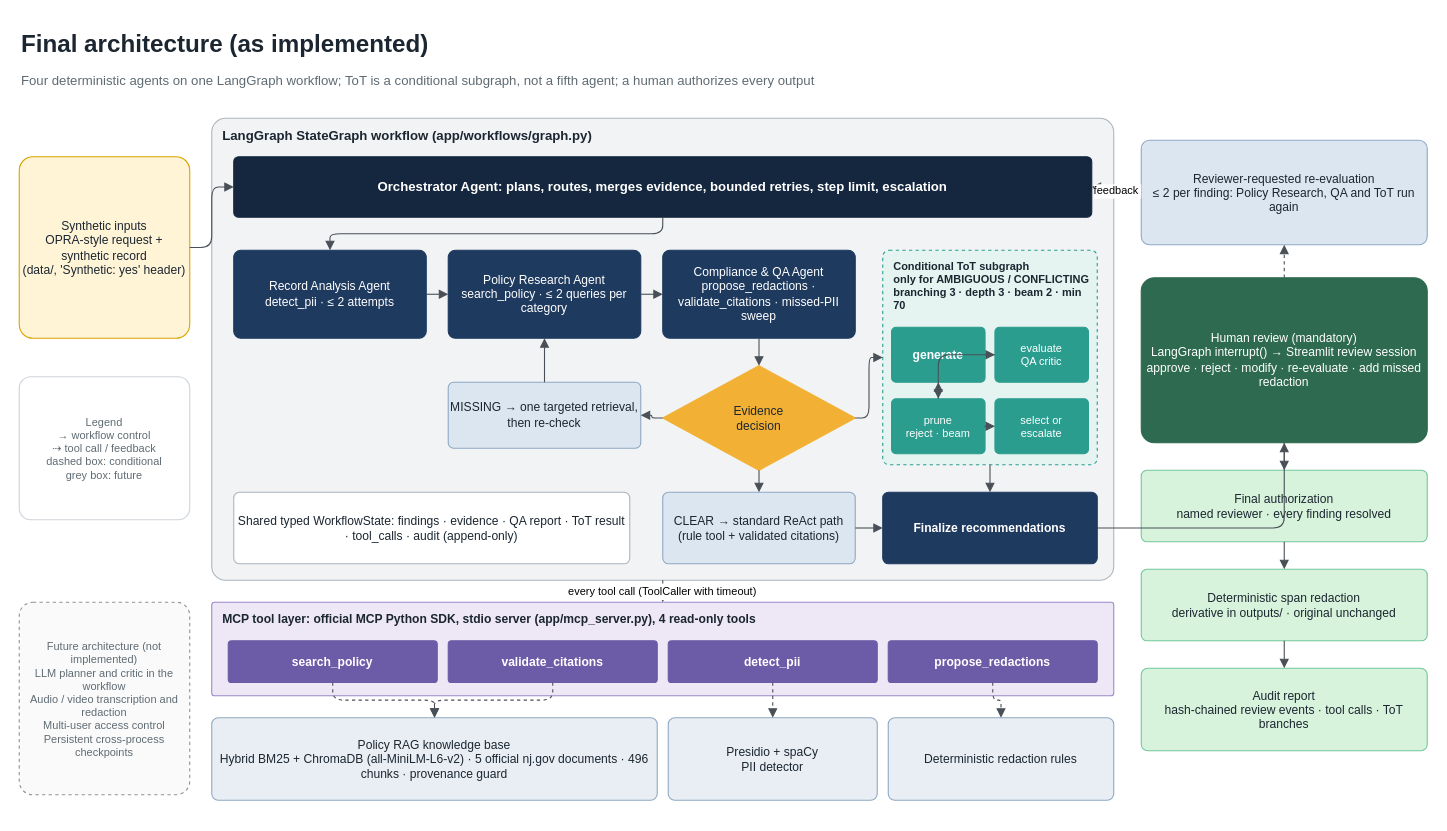
Before: docs/final_capstone/architecture/final_architecture.drawio in yetish-tekavi/public-records-agent, a draw.io diagram. Source tidied: cells renumbered, new cells numbered last; positions are measured from the earlier drawing's top-left corner, leaving out a move shared by most shapes. Both pictures are drawn from the tidied source at 110%, with x=0, y=0 at pixel (19, 19).
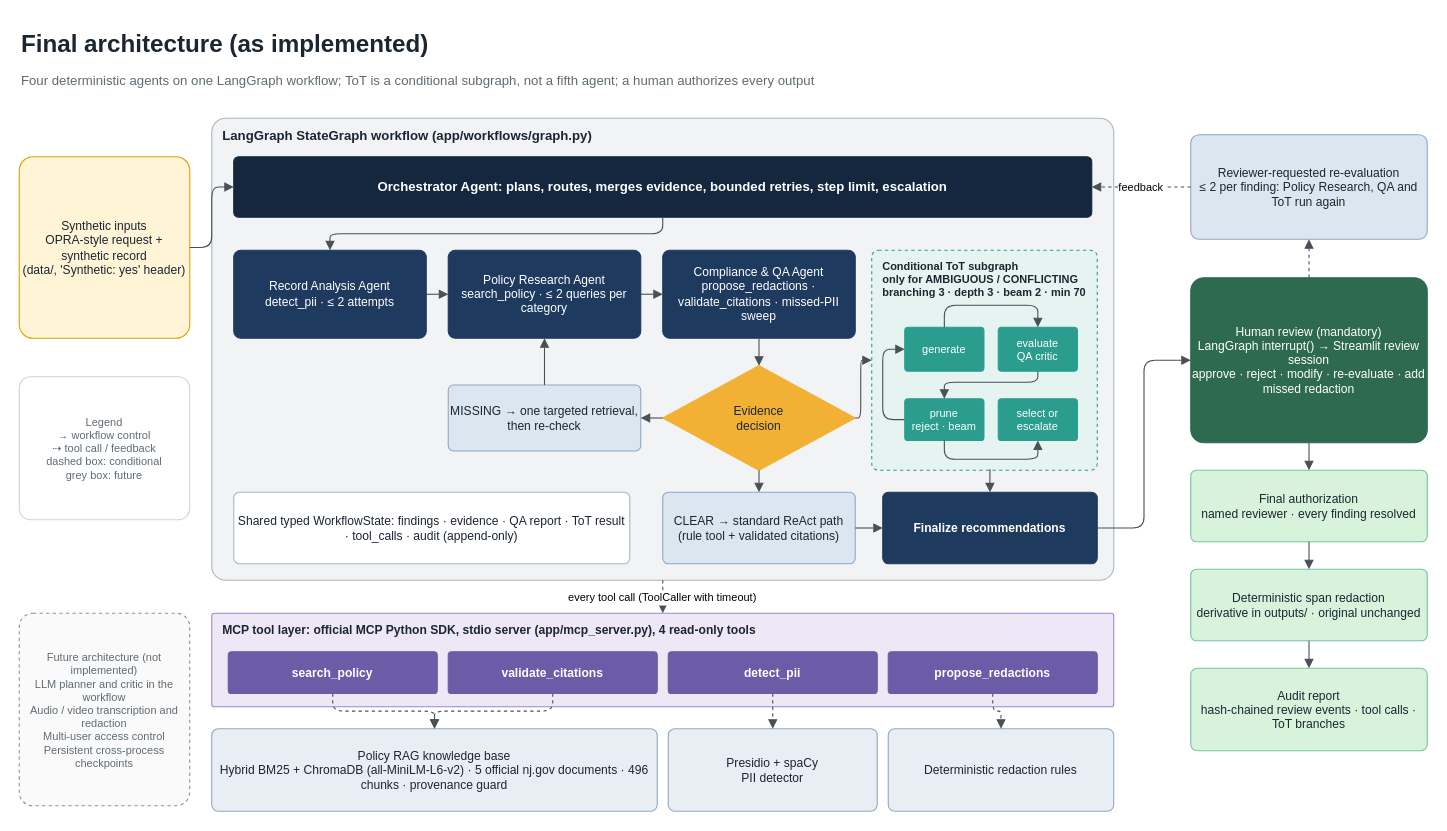
After the change.

Commit message (it also covers changes not shown here):
Update final architecture diagram for readability

Unchanged cells that the change refers to:
```xml
<mxCell id="14" value="Evidence&#10;decision" style="rhombus;whiteSpace=wrap;html=0;fillColor=#F2B134;strokeColor=#F2B134;fontColor=#1B2631;fontSize=11;fontFamily=Calibri;" parent="1" vertex="1">
  <mxGeometry x="585" y="315" width="175" height="95" as="geometry" />
</mxCell>
<mxCell id="21" value="Finalize recommendations" style="rounded=1;arcSize=8;whiteSpace=wrap;html=0;fillColor=#1F3A5F;strokeColor=#1F3A5F;fontColor=#FFFFFF;fontSize=11;fontFamily=Calibri;fontStyle=1;" parent="1" vertex="1">
  <mxGeometry x="785" y="430" width="195" height="65" as="geometry" />
</mxCell>
```

Diff of the diagram source:
```diff
@@
     <mxCell id="5" value="Conditional ToT subgraph&#10;only for AMBIGUOUS / CONFLICTING&#10;branching 3 · depth 3 · beam 2 · min 70" style="rounded=1;arcSize=3;verticalAlign=top;align=left;spacingLeft=8;spacingTop=2;fontStyle=1;whiteSpace=wrap;html=0;fillColor=#E6F4F1;strokeColor=#2A9D8F;fontColor=#1B2631;fontSize=10;fontFamily=Calibri;dashed=1;" parent="1" vertex="1">
-      <mxGeometry x="785" y="210" width="195" height="195" as="geometry" />
+      <mxGeometry x="775" y="210" width="205" height="200" as="geometry" />
     </mxCell>
     <mxCell id="6" value="MCP tool layer: official MCP Python SDK, stdio server (app/mcp_server.py), 4 read-only tools" style="rounded=1;arcSize=3;verticalAlign=top;align=left;spacingLeft=8;spacingTop=2;fontStyle=1;whiteSpace=wrap;html=0;fillColor=#EEE8F6;strokeColor=#9C89C9;fontColor=#1B2631;fontSize=11;fontFamily=Calibri;" parent="1" vertex="1">
-      <mxGeometry x="175" y="530" width="820" height="85" as="geometry" />
+      <mxGeometry x="175" y="540" width="820" height="85" as="geometry" />
     </mxCell>
     <mxCell id="7" value="Future architecture (not implemented)&#10;LLM planner and critic in the workflow&#10;Audio / video transcription and redaction&#10;Multi-user access control&#10;Persistent cross-process checkpoints" style="rounded=1;arcSize=8;whiteSpace=wrap;html=0;fillColor=#FAFAFA;strokeColor=#8A939B;fontColor=#5F6B73;fontSize=10;fontFamily=Calibri;dashed=1;" parent="1" vertex="1">
-      <mxGeometry y="530" width="155" height="175" as="geometry" />
+      <mxGeometry y="540" width="155" height="175" as="geometry" />
     </mxCell>
@@
     <mxCell id="15" value="MISSING → one targeted retrieval, then re-check" style="rounded=1;arcSize=8;whiteSpace=wrap;html=0;fillColor=#DCE6F0;strokeColor=#8FA9C4;fontColor=#1B2631;fontSize=11;fontFamily=Calibri;" parent="1" vertex="1">
-      <mxGeometry x="390" y="330" width="175" height="60" as="geometry" />
+      <mxGeometry x="390" y="332.5" width="175" height="60" as="geometry" />
     </mxCell>
-    <mxCell id="16" value="generate" style="rounded=1;arcSize=8;whiteSpace=wrap;html=0;fillColor=#2A9D8F;strokeColor=#2A9D8F;fontColor=#FFFFFF;fontSize=11;fontFamily=Calibri;fontStyle=1;" parent="1" vertex="1">
-      <mxGeometry x="793" y="280" width="85" height="50" as="geometry" />
+    <mxCell id="16" value="generate" style="rounded=1;arcSize=8;whiteSpace=wrap;html=0;fillColor=#2A9D8F;strokeColor=#2A9D8F;fontColor=#FFFFFF;fontSize=10;fontFamily=Calibri;fontStyle=0;imageWidth=20;imageHeight=20;" parent="1" vertex="1">
+      <mxGeometry x="805" y="280" width="72" height="40" as="geometry" />
     </mxCell>
-    <mxCell id="17" value="evaluate&#10;QA critic" style="rounded=1;arcSize=8;whiteSpace=wrap;html=0;fillColor=#2A9D8F;strokeColor=#2A9D8F;fontColor=#FFFFFF;fontSize=10;fontFamily=Calibri;" parent="1" vertex="1">
-      <mxGeometry x="887" y="280" width="85" height="50" as="geometry" />
+    <mxCell id="17" value="evaluate&#10;QA critic" style="rounded=1;arcSize=8;whiteSpace=wrap;html=0;fillColor=#2A9D8F;strokeColor=#2A9D8F;fontColor=#FFFFFF;fontSize=10;fontFamily=Calibri;imageWidth=20;imageHeight=20;" parent="1" vertex="1">
+      <mxGeometry x="890" y="280" width="72" height="40" as="geometry" />
     </mxCell>
+    <mxCell id="47" style="edgeStyle=orthogonalEdgeStyle;rounded=1;jettySize=auto;html=1;entryX=0;entryY=0.5;entryDx=0;entryDy=0;defaultLabelBackgroundColor=page;exitX=0;exitY=0.5;exitDx=0;exitDy=0;curved=0;strokeColor=#495057;endArrow=block;endFill=1;" parent="1" edge="1" source="18" target="16">
+      <mxGeometry relative="1" as="geometry" />
+    </mxCell>
-    <mxCell id="18" value="prune&#10;reject · beam" style="rounded=1;arcSize=8;whiteSpace=wrap;html=0;fillColor=#2A9D8F;strokeColor=#2A9D8F;fontColor=#FFFFFF;fontSize=10;fontFamily=Calibri;" parent="1" vertex="1">
-      <mxGeometry x="793" y="345" width="85" height="50" as="geometry" />
+    <mxCell id="18" value="prune&#10;reject · beam" style="rounded=1;arcSize=8;whiteSpace=wrap;html=0;fillColor=#2A9D8F;strokeColor=#2A9D8F;fontColor=#FFFFFF;fontSize=10;fontFamily=Calibri;imageWidth=20;imageHeight=20;" parent="1" vertex="1">
+      <mxGeometry x="805" y="345" width="72" height="38" as="geometry" />
     </mxCell>
-    <mxCell id="19" value="select or&#10;escalate" style="rounded=1;arcSize=8;whiteSpace=wrap;html=0;fillColor=#2A9D8F;strokeColor=#2A9D8F;fontColor=#FFFFFF;fontSize=10;fontFamily=Calibri;" parent="1" vertex="1">
-      <mxGeometry x="887" y="345" width="85" height="50" as="geometry" />
+    <mxCell id="19" value="select or&#10;escalate" style="rounded=1;arcSize=8;whiteSpace=wrap;html=0;fillColor=#2A9D8F;strokeColor=#2A9D8F;fontColor=#FFFFFF;fontSize=10;fontFamily=Calibri;imageWidth=20;imageHeight=20;" parent="1" vertex="1">
+      <mxGeometry x="890" y="345" width="72" height="38" as="geometry" />
     </mxCell>
@@
     <mxCell id="23" value="search_policy" style="rounded=1;arcSize=8;whiteSpace=wrap;html=0;fillColor=#6C5BA7;strokeColor=#6C5BA7;fontColor=#FFFFFF;fontSize=11;fontFamily=Calibri;fontStyle=1;" parent="1" vertex="1">
-      <mxGeometry x="190" y="565" width="190" height="38" as="geometry" />
+      <mxGeometry x="190" y="575" width="190" height="38" as="geometry" />
     </mxCell>
     <mxCell id="24" value="validate_citations" style="rounded=1;arcSize=8;whiteSpace=wrap;html=0;fillColor=#6C5BA7;strokeColor=#6C5BA7;fontColor=#FFFFFF;fontSize=11;fontFamily=Calibri;fontStyle=1;" parent="1" vertex="1">
-      <mxGeometry x="390" y="565" width="190" height="38" as="geometry" />
+      <mxGeometry x="390" y="575" width="190" height="38" as="geometry" />
     </mxCell>
     <mxCell id="25" value="detect_pii" style="rounded=1;arcSize=8;whiteSpace=wrap;html=0;fillColor=#6C5BA7;strokeColor=#6C5BA7;fontColor=#FFFFFF;fontSize=11;fontFamily=Calibri;fontStyle=1;" parent="1" vertex="1">
-      <mxGeometry x="590" y="565" width="190" height="38" as="geometry" />
+      <mxGeometry x="590" y="575" width="190" height="38" as="geometry" />
     </mxCell>
     <mxCell id="26" value="propose_redactions" style="rounded=1;arcSize=8;whiteSpace=wrap;html=0;fillColor=#6C5BA7;strokeColor=#6C5BA7;fontColor=#FFFFFF;fontSize=11;fontFamily=Calibri;fontStyle=1;" parent="1" vertex="1">
-      <mxGeometry x="790" y="565" width="190" height="38" as="geometry" />
+      <mxGeometry x="790" y="575" width="190" height="38" as="geometry" />
     </mxCell>
     <mxCell id="27" value="Policy RAG knowledge base&#10;Hybrid BM25 + ChromaDB (all-MiniLM-L6-v2) · 5 official nj.gov documents · 496 chunks · provenance guard" style="rounded=1;arcSize=8;whiteSpace=wrap;html=0;fillColor=#E9EEF4;strokeColor=#8FA9C4;fontColor=#1B2631;fontSize=11;fontFamily=Calibri;" parent="1" vertex="1">
-      <mxGeometry x="175" y="635" width="405" height="75" as="geometry" />
+      <mxGeometry x="175" y="645" width="405" height="75" as="geometry" />
     </mxCell>
     <mxCell id="28" value="Presidio + spaCy&#10;PII detector" style="rounded=1;arcSize=8;whiteSpace=wrap;html=0;fillColor=#E9EEF4;strokeColor=#8FA9C4;fontColor=#1B2631;fontSize=11;fontFamily=Calibri;" parent="1" vertex="1">
-      <mxGeometry x="590" y="635" width="190" height="75" as="geometry" />
+      <mxGeometry x="590" y="645" width="190" height="75" as="geometry" />
     </mxCell>
     <mxCell id="29" value="Deterministic redaction rules" style="rounded=1;arcSize=8;whiteSpace=wrap;html=0;fillColor=#E9EEF4;strokeColor=#8FA9C4;fontColor=#1B2631;fontSize=11;fontFamily=Calibri;" parent="1" vertex="1">
-      <mxGeometry x="790" y="635" width="205" height="75" as="geometry" />
+      <mxGeometry x="790" y="645" width="205" height="75" as="geometry" />
     </mxCell>
     <mxCell id="30" value="Reviewer-requested re-evaluation&#10;≤ 2 per finding: Policy Research, QA and ToT run again" style="rounded=1;arcSize=8;whiteSpace=wrap;html=0;fillColor=#DCE6F0;strokeColor=#8FA9C4;fontColor=#1B2631;fontSize=11;fontFamily=Calibri;" parent="1" vertex="1">
-      <mxGeometry x="1020" y="110" width="260" height="95" as="geometry" />
+      <mxGeometry x="1065" y="105" width="215" height="95" as="geometry" />
     </mxCell>
     <mxCell id="31" value="Human review (mandatory)&#10;LangGraph interrupt() → Streamlit review session&#10;approve · reject · modify · re-evaluate · add missed redaction" style="rounded=1;arcSize=8;whiteSpace=wrap;html=0;fillColor=#2D6A4F;strokeColor=#2D6A4F;fontColor=#FFFFFF;fontSize=11;fontFamily=Calibri;" parent="1" vertex="1">
-      <mxGeometry x="1020" y="235" width="260" height="150" as="geometry" />
+      <mxGeometry x="1065" y="235" width="215" height="150" as="geometry" />
     </mxCell>
     <mxCell id="32" value="Final authorization&#10;named reviewer · every finding resolved" style="rounded=1;arcSize=8;whiteSpace=wrap;html=0;fillColor=#D8F3DC;strokeColor=#74C69D;fontColor=#1B2631;fontSize=11;fontFamily=Calibri;" parent="1" vertex="1">
-      <mxGeometry x="1020" y="410" width="260" height="65" as="geometry" />
+      <mxGeometry x="1065" y="410" width="215" height="65" as="geometry" />
     </mxCell>
     <mxCell id="33" value="Deterministic span redaction&#10;derivative in outputs/ · original unchanged" style="rounded=1;arcSize=8;whiteSpace=wrap;html=0;fillColor=#D8F3DC;strokeColor=#74C69D;fontColor=#1B2631;fontSize=11;fontFamily=Calibri;" parent="1" vertex="1">
-      <mxGeometry x="1020" y="500" width="260" height="65" as="geometry" />
+      <mxGeometry x="1065" y="500" width="215" height="65" as="geometry" />
     </mxCell>
     <mxCell id="34" value="Audit report&#10;hash-chained review events · tool calls · ToT branches" style="rounded=1;arcSize=8;whiteSpace=wrap;html=0;fillColor=#D8F3DC;strokeColor=#74C69D;fontColor=#1B2631;fontSize=11;fontFamily=Calibri;" parent="1" vertex="1">
-      <mxGeometry x="1020" y="590" width="260" height="75" as="geometry" />
+      <mxGeometry x="1065" y="590" width="215" height="75" as="geometry" />
     </mxCell>
@@
-    <mxCell id="41" style="edgeStyle=orthogonalEdgeStyle;rounded=1;html=0;endArrow=block;endFill=1;strokeColor=#495057;fontSize=10;" parent="1" edge="1" source="14" target="5">
-      <mxGeometry relative="1" as="geometry" />
+    <mxCell id="41" style="edgeStyle=orthogonalEdgeStyle;rounded=1;html=0;endArrow=block;endFill=1;strokeColor=#495057;fontSize=10;entryX=0;entryY=0.5;entryDx=0;entryDy=0;" parent="1" edge="1" source="14" target="5">
+      <mxGeometry x="0.01" relative="1" as="geometry">
+        <Array as="points">
+          <mxPoint x="765" y="362.5" />
+          <mxPoint x="765" y="310" />
+        </Array>
+      </mxGeometry>
     </mxCell>
@@
-    <mxCell id="44" style="edgeStyle=orthogonalEdgeStyle;rounded=1;html=0;endArrow=block;endFill=1;strokeColor=#495057;fontSize=10;" parent="1" edge="1" source="16" target="17">
-      <mxGeometry relative="1" as="geometry" />
+    <mxCell id="44" style="edgeStyle=orthogonalEdgeStyle;rounded=1;html=0;endArrow=block;endFill=1;strokeColor=#495057;fontSize=10;exitX=0.5;exitY=0;exitDx=0;exitDy=0;entryX=0.5;entryY=0;entryDx=0;entryDy=0;curved=0;" parent="1" edge="1" source="16" target="17">
+      <mxGeometry x="-0.25" relative="1" as="geometry">
+        <Array as="points">
+          <mxPoint x="841" y="260" />
+          <mxPoint x="926" y="260" />
+        </Array>
+      </mxGeometry>
     </mxCell>
-    <mxCell id="45" style="edgeStyle=orthogonalEdgeStyle;rounded=1;html=0;endArrow=block;endFill=1;strokeColor=#495057;fontSize=10;" parent="1" edge="1" source="17" target="18">
-      <mxGeometry relative="1" as="geometry" />
+    <mxCell id="45" style="edgeStyle=orthogonalEdgeStyle;rounded=1;html=0;endArrow=block;endFill=1;strokeColor=#495057;fontSize=10;exitX=0.5;exitY=1;exitDx=0;exitDy=0;entryX=0.5;entryY=0;entryDx=0;entryDy=0;" parent="1" edge="1" source="17" target="18">
+      <mxGeometry x="-0.24" relative="1" as="geometry">
+        <Array as="points">
+          <mxPoint x="926" y="330" />
+          <mxPoint x="841" y="330" />
+        </Array>
+      </mxGeometry>
     </mxCell>
-    <mxCell id="46" style="edgeStyle=orthogonalEdgeStyle;rounded=1;html=0;endArrow=block;endFill=1;strokeColor=#495057;fontSize=10;" parent="1" edge="1" source="18" target="19">
-      <mxGeometry relative="1" as="geometry" />
+    <mxCell id="46" style="edgeStyle=orthogonalEdgeStyle;rounded=1;html=0;endArrow=block;endFill=1;strokeColor=#495057;fontSize=10;exitX=0.5;exitY=1;exitDx=0;exitDy=0;entryX=0.5;entryY=1;entryDx=0;entryDy=0;" parent="1" edge="1" source="18" target="19">
+      <mxGeometry relative="1" as="geometry">
+        <Array as="points">
+          <mxPoint x="841" y="400" />
+          <mxPoint x="926" y="400" />
+        </Array>
+      </mxGeometry>
     </mxCell>
-    <mxCell id="47" style="edgeStyle=orthogonalEdgeStyle;rounded=1;html=0;endArrow=block;endFill=1;strokeColor=#495057;fontSize=10;" parent="1" edge="1" source="18" target="16">
-      <mxGeometry relative="1" as="geometry" />
-    </mxCell>
@@
-    <mxCell id="49" style="edgeStyle=orthogonalEdgeStyle;rounded=1;html=0;endArrow=block;endFill=1;strokeColor=#495057;fontSize=10;" parent="1" edge="1" source="5" target="21">
+    <mxCell id="49" style="edgeStyle=orthogonalEdgeStyle;rounded=1;html=0;endArrow=block;endFill=1;strokeColor=#495057;fontSize=10;exitX=0.524;exitY=0.995;exitDx=0;exitDy=0;exitPerimeter=0;" parent="1" edge="1" source="5" target="21">
       <mxGeometry relative="1" as="geometry" />
     </mxCell>
-    <mxCell id="50" style="edgeStyle=orthogonalEdgeStyle;rounded=1;html=0;endArrow=block;endFill=1;strokeColor=#495057;fontSize=10;" parent="1" edge="1" source="21" target="31">
+    <mxCell id="50" style="edgeStyle=orthogonalEdgeStyle;rounded=1;html=0;endArrow=block;endFill=1;strokeColor=#495057;fontSize=10;entryX=0;entryY=0.5;entryDx=0;entryDy=0;" parent="1" edge="1" source="21" target="31">
       <mxGeometry relative="1" as="geometry" />
     </mxCell>
```
